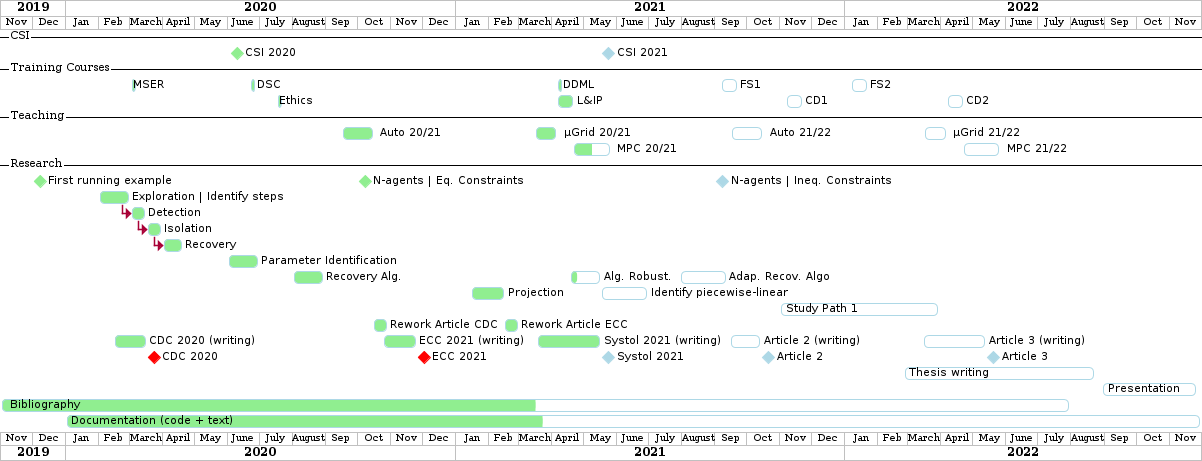
Accacio/hippokamp keeps this PlantUML diagram as brain/img/ganttThese.png. Above is the earlier version.
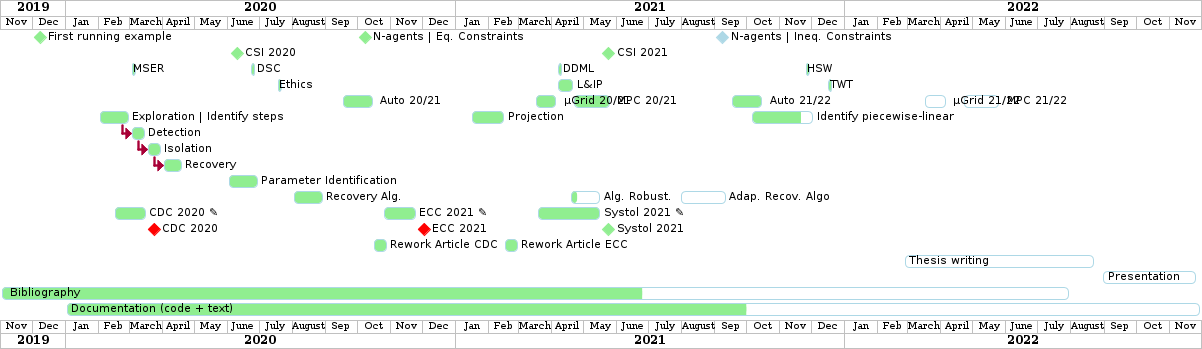
After the change.

Change to the diagram source:
```diff
@@ -1,5 +1,5 @@
 @startuml
-printscale monthly
+printscale weekly
 <style>
 ganttDiagram {
     task {
@@ -13,80 +13,40 @@
 }
 </style>
 Project starts the 2019-11-01
-today is 30 days after start and is colored in #AAF
--- CSI --
+[First running example] as [Ex1] happens at 2019-12-01
+printscale weekly
+<style>
+ganttDiagram {
+    task {
+        BackGroundColor lightgreen
+        LineColor LightBlue
+    }
+    milestone {
+        BackGroundColor lightblue
+        LineColor lightblue
+    }
+}
+</style>
+Project starts the 2020-01-01
 [CSI 2020] happens at 2020-06-03
-[CSI 2021] happens at 2021-05-17
-
 [CSI 2020] is colored in lightgreen
 
-[CSI 2021] displays on same row as [CSI 2020]
-
--- Training Courses --
 [MSER] as [F1] starts at 2020-03-02
 [DSC] as [F2] starts at 2020-06-22 and ends 2020-06-26
 [Ethics] as [F3] starts at 2020-07-17
-[DDML] as [F4] starts at 2021-04-06 and ends 2021-04-09
-[L&IP] as [F5] starts at 2021-04-06 and ends 2021-04-22
-
-[FS1] starts at 2021-09-06 and ends 2021-09-22
-[FS2] starts at 2022-01-06 and ends 2022-01-22
-
-[FS1] is 0% completed
-[FS2] is 0% completed
-
-[CD1] starts at 2021-11-06 and ends 2021-11-22
-[CD2] starts at 2022-04-06 and ends 2022-04-22
-
-[CD1] is 0% completed
-[CD2] is 0% completed
 
 [F1] is 100% completed
 [F2] is 100% completed
 [F3] is 100% completed
-[F4] is 100% completed
-[F5] is 100% completed
 
 [F2] displays on same row as [F1]
-[F4] displays on same row as [F1]
-[F5] displays on same row as [F3]
 
-[FS1] displays on same row as [F1]
-[FS2] displays on same row as [FS1]
-[CD1] displays on same row as [F3]
-[CD2] displays on same row as [CD1]
+[ Auto 20/21 ] as [V1] starts 2020-09-16 and ends 2020-10-16
 
--- Teaching --
-[ Auto 20/21 ] as [V1] starts 2020-09-16 and ends 2020-10-16
-[ µGrid 20/21] as [V2] starts 2021-03-16 and ends 2021-4-06
-[ MPC 20/21] as [V3] starts 2021-04-21 and ends 2021-5-26
-
-[ Auto 21/22] as [V4] starts 2021-09-16 and ends 2021-10-16
-[ µGrid 21/22] as [V5] starts 2022-03-16 and ends 2022-4-06
-[ MPC 21/22] as [V6] starts 2022-04-21 and ends 2022-5-26
-
-[V2] is 100% completed
-[V3] is 50% completed
-[V4] is 0% completed
-[V5] is 0% completed
-[V6] is 0% completed
-
-
-[V2] displays on same row as [V1]
-[V4] displays on same row as [V1]
-[V5] displays on same row as [V2]
-[V6] displays on same row as [V3]
-
--- Research --
-
-[First running example] as [Ex1] happens at 2019-12-01
 [Ex1] is colored in lightgreen
 [N-agents | Eq. Constraints] as [Ex2] happens at 2020-10-01
 [Ex2] is colored in lightgreen
 [Ex2] displays on same row as [Ex1]
-
-[N-agents | Ineq. Constraints] as [Ex3] happens at 2021-09-01
-[Ex3] displays on same row as [Ex2]
 
 
 [Exploration | Identify steps] as [T1] starts at 2020-02-01 and lasts 30 days
@@ -97,12 +57,135 @@
 [Parameter Identification] as [SE] starts 2020-06-01 and lasts 30 days
 [Recovery Alg.] as [SR] starts 2020-08-01 and lasts 30 days
 
-[Projection] starts at 2021-01-15 and ends at 2021-02-16
+[CDC 2020 ✎] as [CDC20W] starts at 2020-02-15 and ends 2020-03-17
+[CDC 2020] as [CDC20] happens at [CDC20W]'s end
+
+[CDC20] is colored in red
+
+[Rework Article CDC] as [RCDC2020] starts at 2020-10-15 and lasts 15 days
+
+[ECC 2021 ✎] as [ECC21W] starts at 2020-10-25 and ends 2020-11-25
+[ECC 2021] as [ECC21] happens at [ECC21W]'s end
+
+[ECC 2021] is colored in red
+[ECC21W] displays on same row as [CDC20W]
+[ECC 2021] displays on same row as [CDC20]
+
+printscale weekly
+<style>
+ganttDiagram {
+    task {
+        BackGroundColor lightgreen
+        LineColor LightBlue
+    }
+    milestone {
+        BackGroundColor lightblue
+        LineColor lightblue
+    }
+}
+</style>
+printscale weekly
+<style>
+ganttDiagram {
+    task {
+        BackGroundColor lightgreen
+        LineColor LightBlue
+    }
+    milestone {
+        BackGroundColor lightblue
+        LineColor lightblue
+    }
+}
+</style>
+Project starts the 2020-01-01
+[CSI 2020] happens at 2020-06-03
+[CSI 2020] is colored in lightgreen
+
+[MSER] as [F1] starts at 2020-03-02
+[DSC] as [F2] starts at 2020-06-22 and ends 2020-06-26
+[Ethics] as [F3] starts at 2020-07-17
+
+[F1] is 100% completed
+[F2] is 100% completed
+[F3] is 100% completed
+
+[F2] displays on same row as [F1]
+
+[ Auto 20/21 ] as [V1] starts 2020-09-16 and ends 2020-10-16
+
+[Ex1] is colored in lightgreen
+[N-agents | Eq. Constraints] as [Ex2] happens at 2020-10-01
+[Ex2] is colored in lightgreen
+[Ex2] displays on same row as [Ex1]
 
 
-[Identify piecewise-linear] as [SHYB] starts 2021-05-17 and lasts 45 days
-[SHYB] is 0% completed
+[Exploration | Identify steps] as [T1] starts at 2020-02-01 and lasts 30 days
+[Detection] as [T11] starts after [T1]'s end and lasts 15 days
+[Isolation] as [T12] starts after [T11]'s end and lasts 15 days
+[Recovery] as [T13] starts after [T12]'s end and lasts 20 days
+
+[Parameter Identification] as [SE] starts 2020-06-01 and lasts 30 days
+[Recovery Alg.] as [SR] starts 2020-08-01 and lasts 30 days
+
+[CDC 2020 ✎] as [CDC20W] starts at 2020-02-15 and ends 2020-03-17
+[CDC 2020] as [CDC20] happens at [CDC20W]'s end
+
+[CDC20] is colored in red
+
+[Rework Article CDC] as [RCDC2020] starts at 2020-10-15 and lasts 15 days
+
+[ECC 2021 ✎] as [ECC21W] starts at 2020-10-25 and ends 2020-11-25
+[ECC 2021] as [ECC21] happens at [ECC21W]'s end
+
+[ECC 2021] is colored in red
+[ECC21W] displays on same row as [CDC20W]
+[ECC 2021] displays on same row as [CDC20]
+
+Project starts the 2021-01-01
+
+[CSI 2021] happens at 2021-05-17
+[CSI 2021] is colored in lightgreen
+[CSI 2021] displays on same row as [CSI 2020]
+
+
+[ µGrid 20/21] as [V2] starts 2021-03-16 and ends 2021-4-06
+[ MPC 20/21] as [V3] starts 2021-04-21 and ends 2021-5-26
+
+[ Auto 21/22] as [V4] starts 2021-09-16 and ends 2021-10-16
+
+[V2] is 100% completed
+[V3] is 100% completed
+[V4] is 100% completed
+
+[V2] displays on same row as [V1]
+[V3] displays on same row as [V1]
+[V4] displays on same row as [V1]
+
+[DDML] as [F4] starts at 2021-04-06 and ends 2021-04-09
+[L&IP] as [F5] starts at 2021-04-06 and ends 2021-04-22
+
+[F4] displays on same row as [F1]
+[F5] displays on same row as [F3]
+[F4] is 100% completed
+[F5] is 100% completed
+
+[HSW] starts at 2021-11-24 and ends 2021-11-24
+[TWT] starts at 2021-12-15 and ends 2021-12-15
+[HSW] is 100% completed
+[TWT] is 100% completed
+
+[HSW] displays on same row as [F4]
+[TWT] displays on same row as [F5]
+
+
+[N-agents | Ineq. Constraints] as [Ex3] happens at 2021-09-01
+[Ex3] displays on same row as [Ex2]
+
+[Projection] starts at 2021-01-15 and ends at 2021-02-16
+[Identify piecewise-linear] as [SHYB] starts 2021-10-05 and lasts 60 days
+[SHYB] is 80% completed
 [SHYB] displays on same row as [Projection]
+[Projection] displays on same row as [T1]
 
 [Alg. Robust.] as [S1] starts 2021-04-18 and lasts 30 days
 [S1]  displays on same row as [SR]
@@ -112,56 +195,250 @@
 [ARA] is 0% completed
 [ARA] displays on same row as [S1]
 
-[Study Path 1] as [SP1] starts 2021-11-01 and lasts 150 days
-[SP1] is 0% completed
+[Systol 2021 ✎] as [A1W] starts at 2021-03-18 and ends 2021-05-17
+[Systol 2021] as [A1] happens at [A1W]'s end
 
-[Rework Article CDC] starts at 2020-10-15 and lasts 15 days
+[A1] is colored in lightgreen
+[A1] displays on same row as [ECC 2021]
+[A1W] displays on same row as [ECC21W]
+
 [Rework Article ECC] starts at 2021-02-15 and lasts 15 days
-[Rework Article ECC] displays on same row as [Rework Article CDC]
+[Rework Article ECC] displays on same row as [RCDC2020]
 
-[CDC 2020 (writing)] as [CDC20W] starts at 2020-02-15 and ends 2020-03-17
+printscale weekly
+today is colored in #AAF
+printscale weekly
+<style>
+ganttDiagram {
+    task {
+        BackGroundColor lightgreen
+        LineColor LightBlue
+    }
+    milestone {
+        BackGroundColor lightblue
+        LineColor lightblue
+    }
+}
+</style>
+Project starts the 2019-11-01
+[First running example] as [Ex1] happens at 2019-12-01
+printscale weekly
+<style>
+ganttDiagram {
+    task {
+        BackGroundColor lightgreen
+        LineColor LightBlue
+    }
+    milestone {
+        BackGroundColor lightblue
+        LineColor lightblue
+    }
+}
+</style>
+Project starts the 2020-01-01
+[CSI 2020] happens at 2020-06-03
+[CSI 2020] is colored in lightgreen
+
+[MSER] as [F1] starts at 2020-03-02
+[DSC] as [F2] starts at 2020-06-22 and ends 2020-06-26
+[Ethics] as [F3] starts at 2020-07-17
+
+[F1] is 100% completed
+[F2] is 100% completed
+[F3] is 100% completed
+
+[F2] displays on same row as [F1]
+
+[ Auto 20/21 ] as [V1] starts 2020-09-16 and ends 2020-10-16
+
+[Ex1] is colored in lightgreen
+[N-agents | Eq. Constraints] as [Ex2] happens at 2020-10-01
+[Ex2] is colored in lightgreen
+[Ex2] displays on same row as [Ex1]
+
+
+[Exploration | Identify steps] as [T1] starts at 2020-02-01 and lasts 30 days
+[Detection] as [T11] starts after [T1]'s end and lasts 15 days
+[Isolation] as [T12] starts after [T11]'s end and lasts 15 days
+[Recovery] as [T13] starts after [T12]'s end and lasts 20 days
+
+[Parameter Identification] as [SE] starts 2020-06-01 and lasts 30 days
+[Recovery Alg.] as [SR] starts 2020-08-01 and lasts 30 days
+
+[CDC 2020 ✎] as [CDC20W] starts at 2020-02-15 and ends 2020-03-17
 [CDC 2020] as [CDC20] happens at [CDC20W]'s end
 
-[ECC 2021 (writing)] as [ECC21W] starts at 2020-10-25 and ends 2020-11-25
+[CDC20] is colored in red
+
+[Rework Article CDC] as [RCDC2020] starts at 2020-10-15 and lasts 15 days
+
+[ECC 2021 ✎] as [ECC21W] starts at 2020-10-25 and ends 2020-11-25
 [ECC 2021] as [ECC21] happens at [ECC21W]'s end
 
-[Systol 2021 (writing)] as [A1W] starts at 2021-03-18 and ends 2021-05-17
-[Systol 2021] as [A1] happens at [A1W]'s end
-[A1W] is 100% completed
+[ECC 2021] is colored in red
+[ECC21W] displays on same row as [CDC20W]
+[ECC 2021] displays on same row as [CDC20]
+
+printscale weekly
+<style>
+ganttDiagram {
+    task {
+        BackGroundColor lightgreen
+        LineColor LightBlue
+    }
+    milestone {
+        BackGroundColor lightblue
+        LineColor lightblue
+    }
+}
+</style>
+printscale weekly
+<style>
+ganttDiagram {
+    task {
+        BackGroundColor lightgreen
+        LineColor LightBlue
+    }
+    milestone {
+        BackGroundColor lightblue
+        LineColor lightblue
+    }
+}
+</style>
+Project starts the 2020-01-01
+[CSI 2020] happens at 2020-06-03
+[CSI 2020] is colored in lightgreen
+
+[MSER] as [F1] starts at 2020-03-02
+[DSC] as [F2] starts at 2020-06-22 and ends 2020-06-26
+[Ethics] as [F3] starts at 2020-07-17
+
+[F1] is 100% completed
+[F2] is 100% completed
+[F3] is 100% completed
+
+[F2] displays on same row as [F1]
+
+[ Auto 20/21 ] as [V1] starts 2020-09-16 and ends 2020-10-16
+
+[Ex1] is colored in lightgreen
+[N-agents | Eq. Constraints] as [Ex2] happens at 2020-10-01
+[Ex2] is colored in lightgreen
+[Ex2] displays on same row as [Ex1]
 
 
-[Article 2 (writing)] as [A2W] starts at 2021-09-15 and lasts 30 days
-[Article 2] as [A2] happens at [A2W]'s end
-[A2W] is 0% completed
+[Exploration | Identify steps] as [T1] starts at 2020-02-01 and lasts 30 days
+[Detection] as [T11] starts after [T1]'s end and lasts 15 days
+[Isolation] as [T12] starts after [T11]'s end and lasts 15 days
+[Recovery] as [T13] starts after [T12]'s end and lasts 20 days
 
-[Article 3 (writing)] as [A3W] starts at 2022-03-15 and lasts 60 days
-[Article 3] as [A3] happens at [A3W]'s end
-[A3W] is 0% completed
+[Parameter Identification] as [SE] starts 2020-06-01 and lasts 30 days
+[Recovery Alg.] as [SR] starts 2020-08-01 and lasts 30 days
 
-[A2] displays on same row as [A1]
-[A3] displays on same row as [A2]
+[CDC 2020 ✎] as [CDC20W] starts at 2020-02-15 and ends 2020-03-17
+[CDC 2020] as [CDC20] happens at [CDC20W]'s end
 
 [CDC20] is colored in red
+
+[Rework Article CDC] as [RCDC2020] starts at 2020-10-15 and lasts 15 days
+
+[ECC 2021 ✎] as [ECC21W] starts at 2020-10-25 and ends 2020-11-25
+[ECC 2021] as [ECC21] happens at [ECC21W]'s end
+
 [ECC 2021] is colored in red
-[Systol 2021] is colored in lightblue
+[ECC21W] displays on same row as [CDC20W]
+[ECC 2021] displays on same row as [CDC20]
 
-[ECC21W] displays on same row as [CDC20W]
+Project starts the 2021-01-01
+
+[CSI 2021] happens at 2021-05-17
+[CSI 2021] is colored in lightgreen
+[CSI 2021] displays on same row as [CSI 2020]
+
+
+[ µGrid 20/21] as [V2] starts 2021-03-16 and ends 2021-4-06
+[ MPC 20/21] as [V3] starts 2021-04-21 and ends 2021-5-26
+
+[ Auto 21/22] as [V4] starts 2021-09-16 and ends 2021-10-16
+
+[V2] is 100% completed
+[V3] is 100% completed
+[V4] is 100% completed
+
+[V2] displays on same row as [V1]
+[V3] displays on same row as [V1]
+[V4] displays on same row as [V1]
+
+[DDML] as [F4] starts at 2021-04-06 and ends 2021-04-09
+[L&IP] as [F5] starts at 2021-04-06 and ends 2021-04-22
+
+[F4] displays on same row as [F1]
+[F5] displays on same row as [F3]
+[F4] is 100% completed
+[F5] is 100% completed
+
+[HSW] starts at 2021-11-24 and ends 2021-11-24
+[TWT] starts at 2021-12-15 and ends 2021-12-15
+[HSW] is 100% completed
+[TWT] is 100% completed
+
+[HSW] displays on same row as [F4]
+[TWT] displays on same row as [F5]
+
+
+[N-agents | Ineq. Constraints] as [Ex3] happens at 2021-09-01
+[Ex3] displays on same row as [Ex2]
+
+[Projection] starts at 2021-01-15 and ends at 2021-02-16
+[Identify piecewise-linear] as [SHYB] starts 2021-10-05 and lasts 60 days
+[SHYB] is 80% completed
+[SHYB] displays on same row as [Projection]
+[Projection] displays on same row as [T1]
+
+[Alg. Robust.] as [S1] starts 2021-04-18 and lasts 30 days
+[S1]  displays on same row as [SR]
+[S1] is 20% completed
+
+[Adap. Recov. Algo] as [ARA] starts 2021-07-30 and lasts 45 days
+[ARA] is 0% completed
+[ARA] displays on same row as [S1]
+
+[Systol 2021 ✎] as [A1W] starts at 2021-03-18 and ends 2021-05-17
+[Systol 2021] as [A1] happens at [A1W]'s end
+
+[A1] is colored in lightgreen
+[A1] displays on same row as [ECC 2021]
 [A1W] displays on same row as [ECC21W]
-[ECC 2021] displays on same row as [CDC 2020]
-[Systol 2021] displays on same row as [ECC 2021]
 
-[A2W] displays on same row as [ECC21W]
-[A3W] displays on same row as [A2W]
+[Rework Article ECC] starts at 2021-02-15 and lasts 15 days
+[Rework Article ECC] displays on same row as [RCDC2020]
+
+Project starts the 2022-01-01
+
+
+[ µGrid 21/22] as [V5] starts 2022-03-16 and ends 2022-4-06
+[ MPC 21/22] as [V6] starts 2022-04-21 and ends 2022-5-26
+
+[V5] is 0% completed
+[V6] is 0% completed
+
+[V5] displays on same row as [V2]
+[V6] displays on same row as [V3]
 
 [Thesis writing] as [W1] starts at 2022-02-25 and lasts 180 days
 [Presentation] as [W2] starts at 2022-08-30 and lasts 90 days
 [W1] is 0% completed
 [W2] is 0% completed
 
+Project starts the 2019-11-01
+printscale monthly
+
+[A1W] is 100% completed
+
 [ Bibliography ] as [B1] starts at 2019-11-01 and ends 2022-07-31
-[B1] is 50% completed
+[B1] is 60% completed
 [B1] links to [[https://gitlab.com/Accacio/docsthese/raw/master/bibliography.bib]]
 
 [Documentation (code + text)] as [Doc1] starts at 2020-01-01 and ends 2022-11-30
-[Doc1] is 42% completed
+[Doc1] is 60 completed
 @enduml
```
